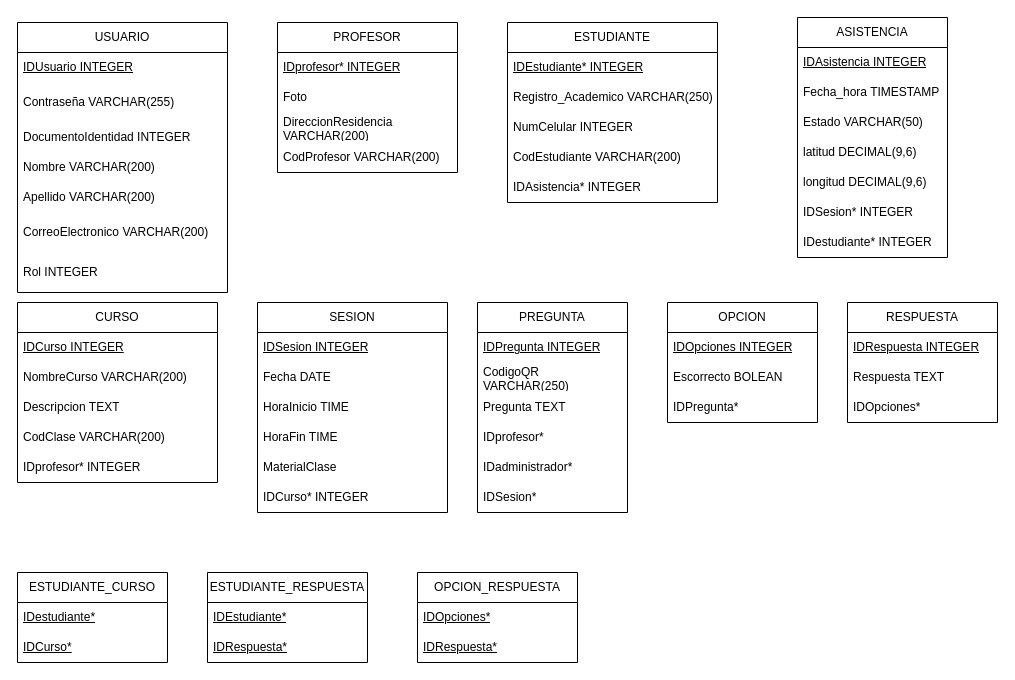
Before: Attenzio Esquema Relacional_02.drawio in 18luisc/Attenzio, a draw.io diagram. Source tidied: cells renumbered, new cells numbered last; positions are measured from the earlier drawing's top-left corner, leaving out a move shared by most shapes. Both pictures are drawn from the tidied source at 100%, with x=0, y=0 at pixel (17, 17).
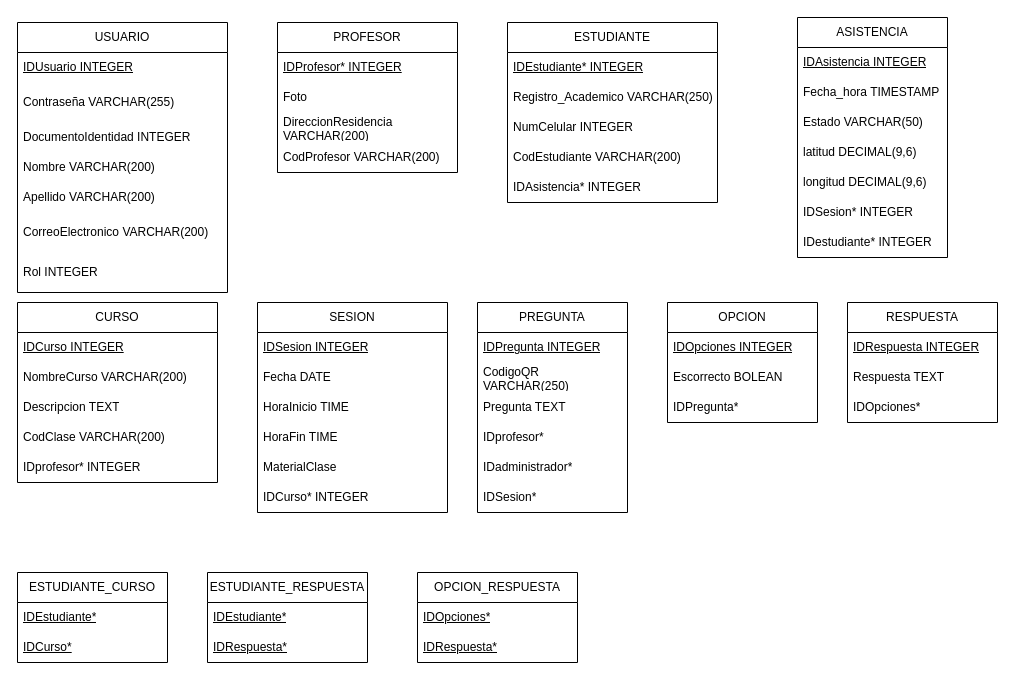
After the change.

Commit message:
Corrección de nombres

Unchanged cells that the change refers to:
```xml
<mxCell id="10" value="PROFESOR" style="swimlane;fontStyle=0;horizontal=1;startSize=30;whiteSpace=wrap;html=1;" parent="1" vertex="1">
  <mxGeometry x="260" y="5" width="180" height="150" as="geometry" />
</mxCell>
<mxCell id="42" value="ESTUDIANTE_CURSO" style="swimlane;fontStyle=0;horizontal=1;startSize=30;whiteSpace=wrap;html=1;" parent="1" vertex="1">
  <mxGeometry y="555" width="150" height="90" as="geometry" />
</mxCell>
```

Change to the diagram source:
```diff
@@
-    <mxCell id="11" value="&lt;u&gt;IDprofesor* INTEGER&lt;/u&gt;" style="text;strokeColor=none;fillColor=none;align=left;verticalAlign=middle;spacingLeft=4;spacingRight=4;overflow=hidden;whiteSpace=wrap;html=1;" parent="10" vertex="1">
+    <mxCell id="11" value="&lt;u&gt;IDProfesor* INTEGER&lt;/u&gt;" style="text;strokeColor=none;fillColor=none;align=left;verticalAlign=middle;spacingLeft=4;spacingRight=4;overflow=hidden;whiteSpace=wrap;html=1;" parent="10" vertex="1">
       <mxGeometry y="30" width="180" height="30" as="geometry" />
     </mxCell>
@@
-    <mxCell id="43" value="&lt;u&gt;IDestudiante*&lt;/u&gt;" style="text;strokeColor=none;fillColor=none;align=left;verticalAlign=middle;spacingLeft=4;spacingRight=4;overflow=hidden;whiteSpace=wrap;html=1;" parent="42" vertex="1">
+    <mxCell id="43" value="&lt;u&gt;IDEstudiante*&lt;/u&gt;" style="text;strokeColor=none;fillColor=none;align=left;verticalAlign=middle;spacingLeft=4;spacingRight=4;overflow=hidden;whiteSpace=wrap;html=1;" parent="42" vertex="1">
       <mxGeometry y="30" width="150" height="30" as="geometry" />
     </mxCell>
```
